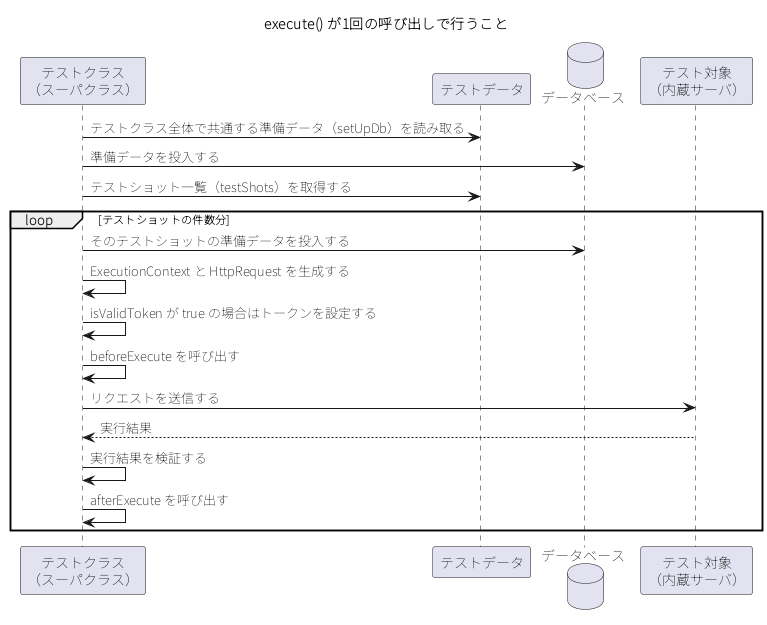
nablarch/nablarch-document keeps this PlantUML diagram as ja/development_tools/testing_framework/implementation/request_unit_test/images/web/execute_sequence.png. Above is the earlier version.
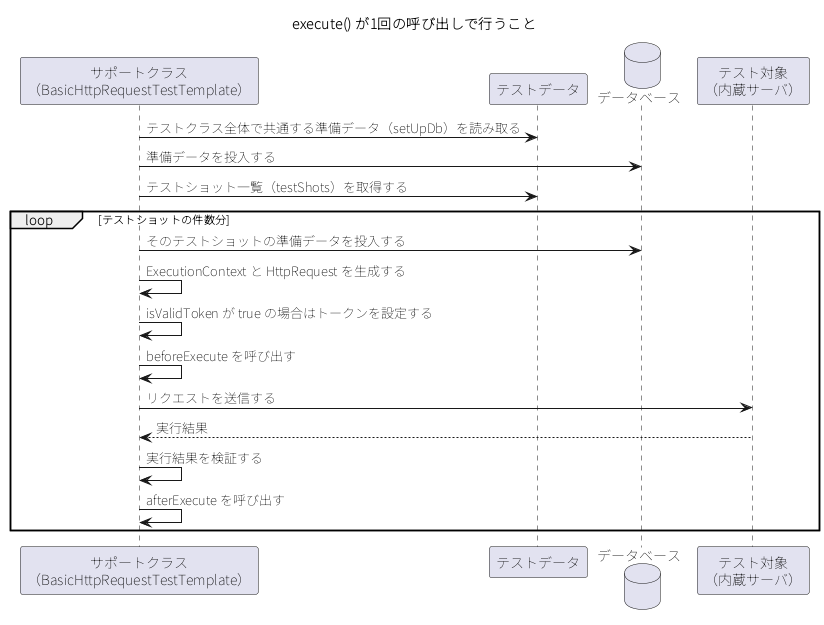
The same diagram one commit later.

Change to the diagram source:
```diff
@@ -3,21 +3,21 @@
 skinparam defaultFontName "Noto Sans JP"
 skinparam sequenceMessageAlign left
 title execute() が1回の呼び出しで行うこと
-participant "テストクラス\n（スーパクラス）" as FW
+participant "サポートクラス\n（BasicHttpRequestTestTemplate）" as SUP
 participant "テストデータ" as TD
 database "データベース" as DB
 participant "テスト対象\n（内蔵サーバ）" as SV
-FW -> TD : テストクラス全体で共通する準備データ（setUpDb）を読み取る
-FW -> DB : 準備データを投入する
-FW -> TD : テストショット一覧（testShots）を取得する
+SUP -> TD : テストクラス全体で共通する準備データ（setUpDb）を読み取る
+SUP -> DB : 準備データを投入する
+SUP -> TD : テストショット一覧（testShots）を取得する
 loop テストショットの件数分
-  FW -> DB : そのテストショットの準備データを投入する
-  FW -> FW : ExecutionContext と HttpRequest を生成する
-  FW -> FW : isValidToken が true の場合はトークンを設定する
-  FW -> FW : beforeExecute を呼び出す
-  FW -> SV : リクエストを送信する
-  SV --> FW : 実行結果
-  FW -> FW : 実行結果を検証する
-  FW -> FW : afterExecute を呼び出す
+  SUP -> DB : そのテストショットの準備データを投入する
+  SUP -> SUP : ExecutionContext と HttpRequest を生成する
+  SUP -> SUP : isValidToken が true の場合はトークンを設定する
+  SUP -> SUP : beforeExecute を呼び出す
+  SUP -> SV : リクエストを送信する
+  SV --> SUP : 実行結果
+  SUP -> SUP : 実行結果を検証する
+  SUP -> SUP : afterExecute を呼び出す
 end
 @enduml
```
